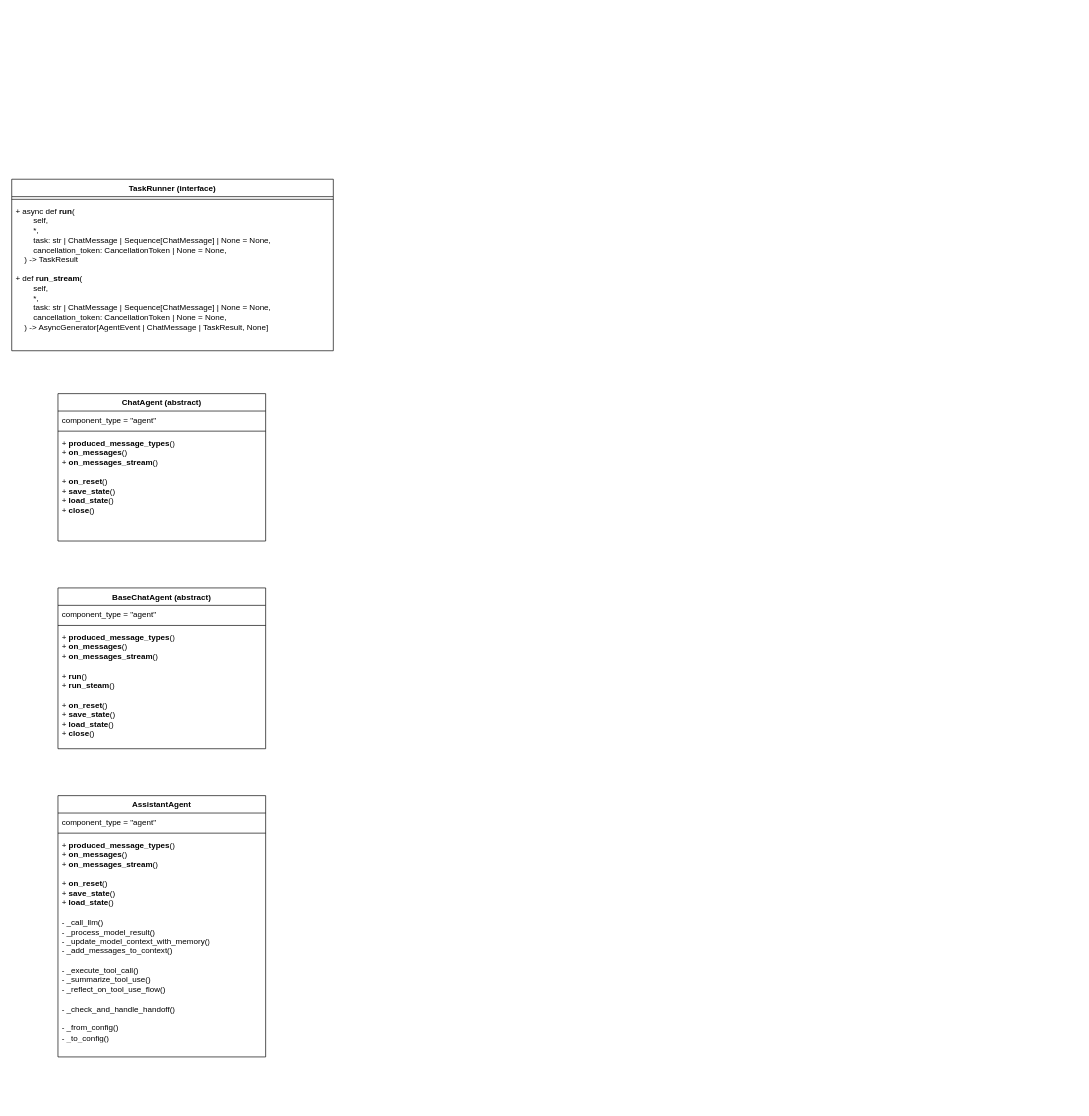
Above: page "AgentChat" (2 of 2) of docs/Autogen.drawio in 420-ai/OpenOperator (draw.io), before the change. Source tidied: cells renumbered, new cells numbered last; positions are measured from the earlier drawing's top-left corner, leaving out a move shared by most shapes. Both pictures are drawn from the tidied source at 67%, with x=0, y=0 at pixel (11, 179).
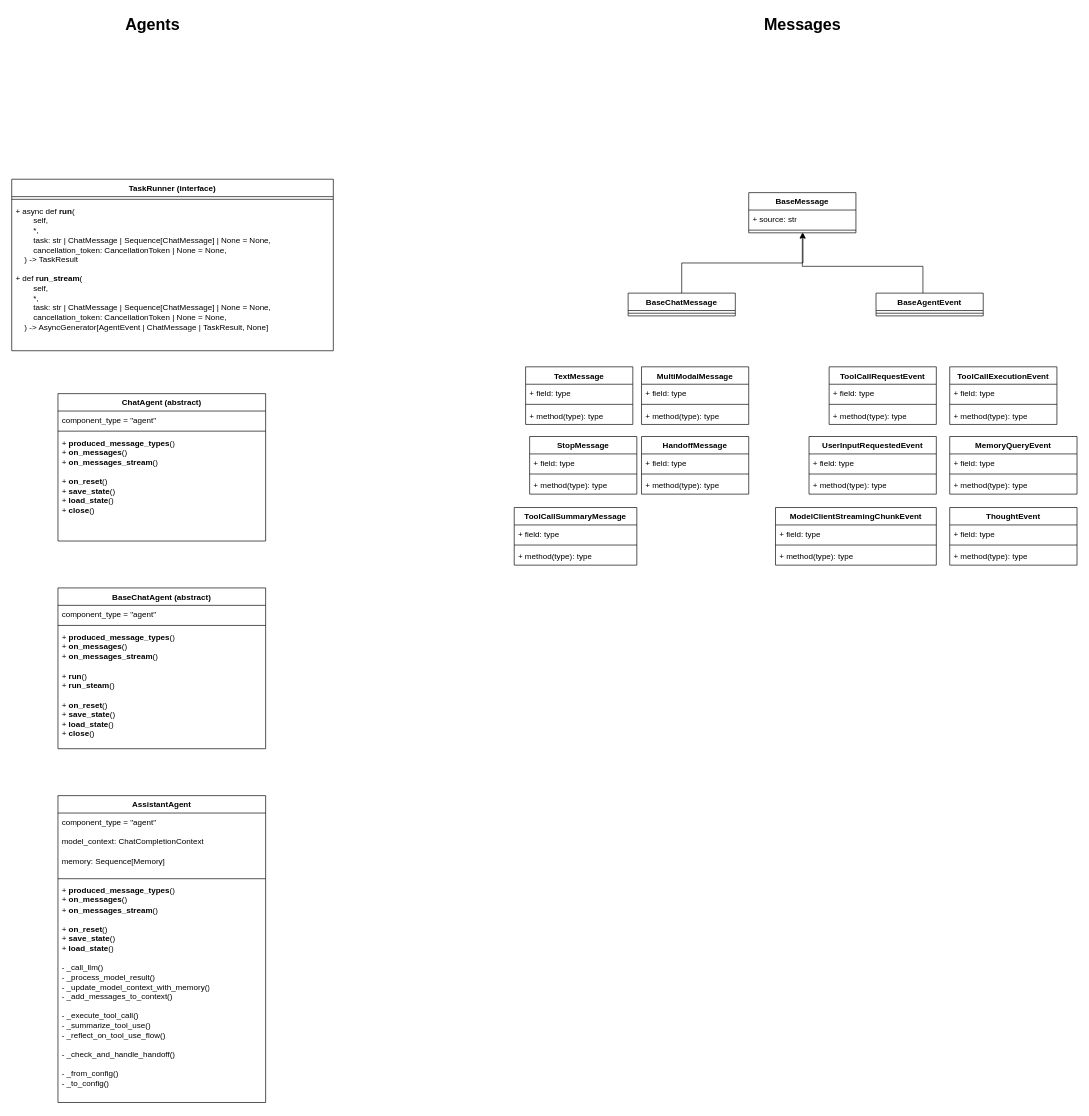
The same page after the edit.

Commit message (it also covers changes not shown here):
feat[agent-oogen] update tracker

What changed in the source:
```diff
@@
     <mxCell id="13" value="AssistantAgent" style="swimlane;fontStyle=1;align=center;verticalAlign=top;horizontal=1;startSize=26;whiteSpace=wrap;html=1;" parent="1" vertex="1">
-      <mxGeometry x="69" y="920" width="310" height="390" as="geometry" />
+      <mxGeometry x="69" y="920" width="310" height="458" as="geometry" />
     </mxCell>
-    <mxCell id="14" value="component_type = &quot;agent&quot;" style="text;strokeColor=none;fillColor=none;align=left;verticalAlign=top;spacingLeft=4;spacingRight=4;overflow=hidden;whiteSpace=wrap;html=1;" parent="13" vertex="1">
-      <mxGeometry y="26" width="310" height="26" as="geometry" />
+    <mxCell id="14" value="component_type = &quot;agent&quot;&lt;div&gt;&lt;br&gt;&lt;/div&gt;&lt;div&gt;model_context:&amp;nbsp;ChatCompletionContext&lt;/div&gt;&lt;div&gt;&lt;br&gt;&lt;/div&gt;&lt;div&gt;memory: Sequence[Memory]&lt;/div&gt;" style="text;strokeColor=none;fillColor=none;align=left;verticalAlign=top;spacingLeft=4;spacingRight=4;overflow=hidden;whiteSpace=wrap;html=1;" parent="13" vertex="1">
+      <mxGeometry y="26" width="310" height="94" as="geometry" />
     </mxCell>
     <mxCell id="15" style="line;strokeWidth=1;fillColor=none;align=left;verticalAlign=middle;spacingTop=-1;spacingLeft=3;spacingRight=3;labelPosition=right;strokeColor=inherit;" parent="13" vertex="1">
-      <mxGeometry y="52" width="310" height="8" as="geometry" />
+      <mxGeometry y="120" width="310" height="8" as="geometry" />
     </mxCell>
     <mxCell id="16" value="&lt;div&gt;+&amp;nbsp;&lt;b&gt;produced_message_types&lt;/b&gt;()&lt;/div&gt;&lt;div&gt;+&amp;nbsp;&lt;b&gt;on_messages&lt;/b&gt;()&lt;/div&gt;&lt;div&gt;+ &lt;b&gt;on_messages_stream&lt;/b&gt;()&lt;/div&gt;&lt;div&gt;&lt;br&gt;&lt;/div&gt;&lt;div&gt;+ &lt;b&gt;on_reset&lt;/b&gt;()&lt;/div&gt;&lt;div&gt;+&amp;nbsp;&lt;b&gt;save_state&lt;/b&gt;()&lt;/div&gt;&lt;div&gt;+&amp;nbsp;&lt;b&gt;load_state&lt;/b&gt;()&lt;/div&gt;&lt;div&gt;&lt;br&gt;&lt;/div&gt;&lt;div&gt;- _call_llm()&lt;/div&gt;&lt;div&gt;&lt;div&gt;- _process_model_result()&lt;/div&gt;&lt;div&gt;-&amp;nbsp;_update_model_context_with_memory()&lt;/div&gt;&lt;div&gt;-&amp;nbsp;_add_messages_to_context()&lt;/div&gt;&lt;/div&gt;&lt;div&gt;&lt;br&gt;&lt;/div&gt;&lt;div&gt;-&amp;nbsp;_execute_tool_call()&lt;/div&gt;&lt;div&gt;-&amp;nbsp;_summarize_tool_use()&lt;/div&gt;&lt;div&gt;-&amp;nbsp;_reflect_on_tool_use_flow()&lt;/div&gt;&lt;div&gt;&lt;br&gt;&lt;/div&gt;&lt;div&gt;-&amp;nbsp;_check_and_handle_handoff()&lt;/div&gt;&lt;div&gt;&lt;br&gt;&lt;/div&gt;&lt;div&gt;-&amp;nbsp;_from_config()&lt;/div&gt;&lt;div&gt;-&amp;nbsp;_to_config()&lt;/div&gt;" style="text;strokeColor=none;fillColor=none;align=left;verticalAlign=top;spacingLeft=4;spacingRight=4;overflow=hidden;whiteSpace=wrap;html=1;" parent="13" vertex="1">
-      <mxGeometry y="60" width="310" height="330" as="geometry" />
+      <mxGeometry y="128" width="310" height="330" as="geometry" />
     </mxCell>
+    <mxCell id="17" value="BaseMessage" style="swimlane;fontStyle=1;align=center;verticalAlign=top;horizontal=1;startSize=26;whiteSpace=wrap;html=1;" parent="1" vertex="1">
+      <mxGeometry x="1100" y="20" width="160" height="60" as="geometry" />
+    </mxCell>
+    <mxCell id="18" value="+ source: str" style="text;strokeColor=none;fillColor=none;align=left;verticalAlign=top;spacingLeft=4;spacingRight=4;overflow=hidden;whiteSpace=wrap;html=1;" parent="17" vertex="1">
+      <mxGeometry y="26" width="160" height="26" as="geometry" />
+    </mxCell>
+    <mxCell id="19" style="line;strokeWidth=1;fillColor=none;align=left;verticalAlign=middle;spacingTop=-1;spacingLeft=3;spacingRight=3;labelPosition=right;points=[];portConstraint=eastwest;strokeColor=inherit;" parent="17" vertex="1">
+      <mxGeometry y="52" width="160" height="8" as="geometry" />
+    </mxCell>
+    <mxCell id="20" value="Agents" style="text;strokeColor=none;fillColor=none;html=1;fontSize=24;fontStyle=1;verticalAlign=middle;align=center;" parent="1" vertex="1">
+      <mxGeometry x="160" y="-250" width="100" height="40" as="geometry" />
+    </mxCell>
+    <mxCell id="21" value="Messages" style="text;strokeColor=none;fillColor=none;html=1;fontSize=24;fontStyle=1;verticalAlign=middle;align=center;" parent="1" vertex="1">
+      <mxGeometry x="1130" y="-250" width="100" height="40" as="geometry" />
+    </mxCell>
+    <mxCell id="22" value="BaseChatMessage" style="swimlane;fontStyle=1;align=center;verticalAlign=top;horizontal=1;startSize=26;whiteSpace=wrap;html=1;" parent="1" vertex="1">
+      <mxGeometry x="920" y="170" width="160" height="34" as="geometry" />
+    </mxCell>
+    <mxCell id="23" style="line;strokeWidth=1;fillColor=none;align=left;verticalAlign=middle;spacingTop=-1;spacingLeft=3;spacingRight=3;labelPosition=right;strokeColor=inherit;" parent="22" vertex="1">
+      <mxGeometry y="26" width="160" height="8" as="geometry" />
+    </mxCell>
+    <mxCell id="24" style="edgeStyle=orthogonalEdgeStyle;rounded=0;jettySize=auto;html=1;entryX=0.5;entryY=1;entryDx=0;entryDy=0;" parent="1" edge="1" source="25" target="17">
+      <mxGeometry relative="1" as="geometry">
+        <Array as="points">
+          <mxPoint x="1360" y="130" />
+          <mxPoint x="1180" y="130" />
+        </Array>
+      </mxGeometry>
+    </mxCell>
+    <mxCell id="25" value="BaseAgentEvent" style="swimlane;fontStyle=1;align=center;verticalAlign=top;horizontal=1;startSize=26;whiteSpace=wrap;html=1;" parent="1" vertex="1">
+      <mxGeometry x="1290" y="170" width="160" height="34" as="geometry" />
+    </mxCell>
+    <mxCell id="26" style="line;strokeWidth=1;fillColor=none;align=left;verticalAlign=middle;spacingTop=-1;spacingLeft=3;spacingRight=3;labelPosition=right;strokeColor=inherit;" parent="25" vertex="1">
+      <mxGeometry y="26" width="160" height="8" as="geometry" />
+    </mxCell>
+    <mxCell id="27" style="edgeStyle=orthogonalEdgeStyle;rounded=0;jettySize=auto;html=1;entryX=0.506;entryY=1.004;entryDx=0;entryDy=0;entryPerimeter=0;" parent="1" edge="1" source="22" target="19">
+      <mxGeometry relative="1" as="geometry" />
+    </mxCell>
+    <mxCell id="28" value="TextMessage" style="swimlane;fontStyle=1;align=center;verticalAlign=top;horizontal=1;startSize=26;whiteSpace=wrap;html=1;" parent="1" vertex="1">
+      <mxGeometry x="767" y="280" width="160" height="86" as="geometry" />
+    </mxCell>
+    <mxCell id="29" value="+ field: type" style="text;strokeColor=none;fillColor=none;align=left;verticalAlign=top;spacingLeft=4;spacingRight=4;overflow=hidden;whiteSpace=wrap;html=1;" parent="28" vertex="1">
+      <mxGeometry y="26" width="160" height="26" as="geometry" />
+    </mxCell>
+    <mxCell id="30" style="line;strokeWidth=1;fillColor=none;align=left;verticalAlign=middle;spacingTop=-1;spacingLeft=3;spacingRight=3;labelPosition=right;strokeColor=inherit;" parent="28" vertex="1">
+      <mxGeometry y="52" width="160" height="8" as="geometry" />
+    </mxCell>
+    <mxCell id="31" value="+ method(type): type" style="text;strokeColor=none;fillColor=none;align=left;verticalAlign=top;spacingLeft=4;spacingRight=4;overflow=hidden;whiteSpace=wrap;html=1;" parent="28" vertex="1">
+      <mxGeometry y="60" width="160" height="26" as="geometry" />
+    </mxCell>
+    <mxCell id="32" value="MultiModalMessage" style="swimlane;fontStyle=1;align=center;verticalAlign=top;horizontal=1;startSize=26;whiteSpace=wrap;html=1;" parent="1" vertex="1">
+      <mxGeometry x="940" y="280" width="160" height="86" as="geometry" />
+    </mxCell>
+    <mxCell id="33" value="+ field: type" style="text;strokeColor=none;fillColor=none;align=left;verticalAlign=top;spacingLeft=4;spacingRight=4;overflow=hidden;whiteSpace=wrap;html=1;" parent="32" vertex="1">
+      <mxGeometry y="26" width="160" height="26" as="geometry" />
+    </mxCell>
+    <mxCell id="34" style="line;strokeWidth=1;fillColor=none;align=left;verticalAlign=middle;spacingTop=-1;spacingLeft=3;spacingRight=3;labelPosition=right;strokeColor=inherit;" parent="32" vertex="1">
+      <mxGeometry y="52" width="160" height="8" as="geometry" />
+    </mxCell>
+    <mxCell id="35" value="+ method(type): type" style="text;strokeColor=none;fillColor=none;align=left;verticalAlign=top;spacingLeft=4;spacingRight=4;overflow=hidden;whiteSpace=wrap;html=1;" parent="32" vertex="1">
+      <mxGeometry y="60" width="160" height="26" as="geometry" />
+    </mxCell>
+    <mxCell id="36" value="StopMessage" style="swimlane;fontStyle=1;align=center;verticalAlign=top;horizontal=1;startSize=26;whiteSpace=wrap;html=1;" parent="1" vertex="1">
+      <mxGeometry x="773" y="384" width="160" height="86" as="geometry" />
+    </mxCell>
+    <mxCell id="37" value="+ field: type" style="text;strokeColor=none;fillColor=none;align=left;verticalAlign=top;spacingLeft=4;spacingRight=4;overflow=hidden;whiteSpace=wrap;html=1;" parent="36" vertex="1">
+      <mxGeometry y="26" width="160" height="26" as="geometry" />
+    </mxCell>
+    <mxCell id="38" style="line;strokeWidth=1;fillColor=none;align=left;verticalAlign=middle;spacingTop=-1;spacingLeft=3;spacingRight=3;labelPosition=right;strokeColor=inherit;" parent="36" vertex="1">
+      <mxGeometry y="52" width="160" height="8" as="geometry" />
+    </mxCell>
+    <mxCell id="39" value="+ method(type): type" style="text;strokeColor=none;fillColor=none;align=left;verticalAlign=top;spacingLeft=4;spacingRight=4;overflow=hidden;whiteSpace=wrap;html=1;" parent="36" vertex="1">
+      <mxGeometry y="60" width="160" height="26" as="geometry" />
+    </mxCell>
+    <mxCell id="40" value="HandoffMessage" style="swimlane;fontStyle=1;align=center;verticalAlign=top;horizontal=1;startSize=26;whiteSpace=wrap;html=1;" parent="1" vertex="1">
+      <mxGeometry x="940" y="384" width="160" height="86" as="geometry" />
+    </mxCell>
+    <mxCell id="41" value="+ field: type" style="text;strokeColor=none;fillColor=none;align=left;verticalAlign=top;spacingLeft=4;spacingRight=4;overflow=hidden;whiteSpace=wrap;html=1;" parent="40" vertex="1">
+      <mxGeometry y="26" width="160" height="26" as="geometry" />
+    </mxCell>
+    <mxCell id="42" style="line;strokeWidth=1;fillColor=none;align=left;verticalAlign=middle;spacingTop=-1;spacingLeft=3;spacingRight=3;labelPosition=right;strokeColor=inherit;" parent="40" vertex="1">
+      <mxGeometry y="52" width="160" height="8" as="geometry" />
+    </mxCell>
+    <mxCell id="43" value="+ method(type): type" style="text;strokeColor=none;fillColor=none;align=left;verticalAlign=top;spacingLeft=4;spacingRight=4;overflow=hidden;whiteSpace=wrap;html=1;" parent="40" vertex="1">
+      <mxGeometry y="60" width="160" height="26" as="geometry" />
+    </mxCell>
+    <mxCell id="44" value="ToolCallRequestEvent" style="swimlane;fontStyle=1;align=center;verticalAlign=top;horizontal=1;startSize=26;whiteSpace=wrap;html=1;" parent="1" vertex="1">
+      <mxGeometry x="1220" y="280" width="160" height="86" as="geometry" />
+    </mxCell>
+    <mxCell id="45" value="+ field: type" style="text;strokeColor=none;fillColor=none;align=left;verticalAlign=top;spacingLeft=4;spacingRight=4;overflow=hidden;whiteSpace=wrap;html=1;" parent="44" vertex="1">
+      <mxGeometry y="26" width="160" height="26" as="geometry" />
+    </mxCell>
+    <mxCell id="46" style="line;strokeWidth=1;fillColor=none;align=left;verticalAlign=middle;spacingTop=-1;spacingLeft=3;spacingRight=3;labelPosition=right;strokeColor=inherit;" parent="44" vertex="1">
+      <mxGeometry y="52" width="160" height="8" as="geometry" />
+    </mxCell>
+    <mxCell id="47" value="+ method(type): type" style="text;strokeColor=none;fillColor=none;align=left;verticalAlign=top;spacingLeft=4;spacingRight=4;overflow=hidden;whiteSpace=wrap;html=1;" parent="44" vertex="1">
+      <mxGeometry y="60" width="160" height="26" as="geometry" />
+    </mxCell>
+    <mxCell id="48" value="ToolCallExecutionEvent" style="swimlane;fontStyle=1;align=center;verticalAlign=top;horizontal=1;startSize=26;whiteSpace=wrap;html=1;" parent="1" vertex="1">
+      <mxGeometry x="1400" y="280" width="160" height="86" as="geometry" />
+    </mxCell>
+    <mxCell id="49" value="+ field: type" style="text;strokeColor=none;fillColor=none;align=left;verticalAlign=top;spacingLeft=4;spacingRight=4;overflow=hidden;whiteSpace=wrap;html=1;" parent="48" vertex="1">
+      <mxGeometry y="26" width="160" height="26" as="geometry" />
+    </mxCell>
+    <mxCell id="50" style="line;strokeWidth=1;fillColor=none;align=left;verticalAlign=middle;spacingTop=-1;spacingLeft=3;spacingRight=3;labelPosition=right;strokeColor=inherit;" parent="48" vertex="1">
+      <mxGeometry y="52" width="160" height="8" as="geometry" />
+    </mxCell>
+    <mxCell id="51" value="+ method(type): type" style="text;strokeColor=none;fillColor=none;align=left;verticalAlign=top;spacingLeft=4;spacingRight=4;overflow=hidden;whiteSpace=wrap;html=1;" parent="48" vertex="1">
+      <mxGeometry y="60" width="160" height="26" as="geometry" />
+    </mxCell>
+    <mxCell id="52" value="ToolCallSummaryMessage" style="swimlane;fontStyle=1;align=center;verticalAlign=top;horizontal=1;startSize=26;whiteSpace=wrap;html=1;" parent="1" vertex="1">
+      <mxGeometry x="750" y="490" width="183" height="86" as="geometry" />
+    </mxCell>
+    <mxCell id="53" value="+ field: type" style="text;strokeColor=none;fillColor=none;align=left;verticalAlign=top;spacingLeft=4;spacingRight=4;overflow=hidden;whiteSpace=wrap;html=1;" parent="52" vertex="1">
+      <mxGeometry y="26" width="183" height="26" as="geometry" />
+    </mxCell>
+    <mxCell id="54" style="line;strokeWidth=1;fillColor=none;align=left;verticalAlign=middle;spacingTop=-1;spacingLeft=3;spacingRight=3;labelPosition=right;strokeColor=inherit;" parent="52" vertex="1">
+      <mxGeometry y="52" width="183" height="8" as="geometry" />
+    </mxCell>
+    <mxCell id="55" value="+ method(type): type" style="text;strokeColor=none;fillColor=none;align=left;verticalAlign=top;spacingLeft=4;spacingRight=4;overflow=hidden;whiteSpace=wrap;html=1;" parent="52" vertex="1">
+      <mxGeometry y="60" width="183" height="26" as="geometry" />
+    </mxCell>
+    <mxCell id="56" value="UserInputRequestedEvent" style="swimlane;fontStyle=1;align=center;verticalAlign=top;horizontal=1;startSize=26;whiteSpace=wrap;html=1;" parent="1" vertex="1">
+      <mxGeometry x="1190" y="384" width="190" height="86" as="geometry" />
+    </mxCell>
+    <mxCell id="57" value="+ field: type" style="text;strokeColor=none;fillColor=none;align=left;verticalAlign=top;spacingLeft=4;spacingRight=4;overflow=hidden;whiteSpace=wrap;html=1;" parent="56" vertex="1">
+      <mxGeometry y="26" width="190" height="26" as="geometry" />
+    </mxCell>
+    <mxCell id="58" style="line;strokeWidth=1;fillColor=none;align=left;verticalAlign=middle;spacingTop=-1;spacingLeft=3;spacingRight=3;labelPosition=right;strokeColor=inherit;" parent="56" vertex="1">
+      <mxGeometry y="52" width="190" height="8" as="geometry" />
+    </mxCell>
+    <mxCell id="59" value="+ method(type): type" style="text;strokeColor=none;fillColor=none;align=left;verticalAlign=top;spacingLeft=4;spacingRight=4;overflow=hidden;whiteSpace=wrap;html=1;" parent="56" vertex="1">
+      <mxGeometry y="60" width="190" height="26" as="geometry" />
+    </mxCell>
+    <mxCell id="60" value="MemoryQueryEvent" style="swimlane;fontStyle=1;align=center;verticalAlign=top;horizontal=1;startSize=26;whiteSpace=wrap;html=1;" parent="1" vertex="1">
+      <mxGeometry x="1400" y="384" width="190" height="86" as="geometry" />
+    </mxCell>
+    <mxCell id="61" value="+ field: type" style="text;strokeColor=none;fillColor=none;align=left;verticalAlign=top;spacingLeft=4;spacingRight=4;overflow=hidden;whiteSpace=wrap;html=1;" parent="60" vertex="1">
+      <mxGeometry y="26" width="190" height="26" as="geometry" />
+    </mxCell>
+    <mxCell id="62" style="line;strokeWidth=1;fillColor=none;align=left;verticalAlign=middle;spacingTop=-1;spacingLeft=3;spacingRight=3;labelPosition=right;strokeColor=inherit;" parent="60" vertex="1">
+      <mxGeometry y="52" width="190" height="8" as="geometry" />
+    </mxCell>
+    <mxCell id="63" value="+ method(type): type" style="text;strokeColor=none;fillColor=none;align=left;verticalAlign=top;spacingLeft=4;spacingRight=4;overflow=hidden;whiteSpace=wrap;html=1;" parent="60" vertex="1">
+      <mxGeometry y="60" width="190" height="26" as="geometry" />
+    </mxCell>
+    <mxCell id="64" value="ModelClientStreamingChunkEvent" style="swimlane;fontStyle=1;align=center;verticalAlign=top;horizontal=1;startSize=26;whiteSpace=wrap;html=1;" parent="1" vertex="1">
+      <mxGeometry x="1140" y="490" width="240" height="86" as="geometry" />
+    </mxCell>
+    <mxCell id="65" value="+ field: type" style="text;strokeColor=none;fillColor=none;align=left;verticalAlign=top;spacingLeft=4;spacingRight=4;overflow=hidden;whiteSpace=wrap;html=1;" parent="64" vertex="1">
+      <mxGeometry y="26" width="240" height="26" as="geometry" />
+    </mxCell>
+    <mxCell id="66" style="line;strokeWidth=1;fillColor=none;align=left;verticalAlign=middle;spacingTop=-1;spacingLeft=3;spacingRight=3;labelPosition=right;strokeColor=inherit;" parent="64" vertex="1">
+      <mxGeometry y="52" width="240" height="8" as="geometry" />
+    </mxCell>
+    <mxCell id="67" value="+ method(type): type" style="text;strokeColor=none;fillColor=none;align=left;verticalAlign=top;spacingLeft=4;spacingRight=4;overflow=hidden;whiteSpace=wrap;html=1;" parent="64" vertex="1">
+      <mxGeometry y="60" width="240" height="26" as="geometry" />
+    </mxCell>
+    <mxCell id="68" value="ThoughtEvent" style="swimlane;fontStyle=1;align=center;verticalAlign=top;horizontal=1;startSize=26;whiteSpace=wrap;html=1;" parent="1" vertex="1">
+      <mxGeometry x="1400" y="490" width="190" height="86" as="geometry" />
+    </mxCell>
+    <mxCell id="69" value="+ field: type" style="text;strokeColor=none;fillColor=none;align=left;verticalAlign=top;spacingLeft=4;spacingRight=4;overflow=hidden;whiteSpace=wrap;html=1;" parent="68" vertex="1">
+      <mxGeometry y="26" width="190" height="26" as="geometry" />
+    </mxCell>
+    <mxCell id="70" style="line;strokeWidth=1;fillColor=none;align=left;verticalAlign=middle;spacingTop=-1;spacingLeft=3;spacingRight=3;labelPosition=right;strokeColor=inherit;" parent="68" vertex="1">
+      <mxGeometry y="52" width="190" height="8" as="geometry" />
+    </mxCell>
+    <mxCell id="71" value="+ method(type): type" style="text;strokeColor=none;fillColor=none;align=left;verticalAlign=top;spacingLeft=4;spacingRight=4;overflow=hidden;whiteSpace=wrap;html=1;" parent="68" vertex="1">
+      <mxGeometry y="60" width="190" height="26" as="geometry" />
+    </mxCell>
```
